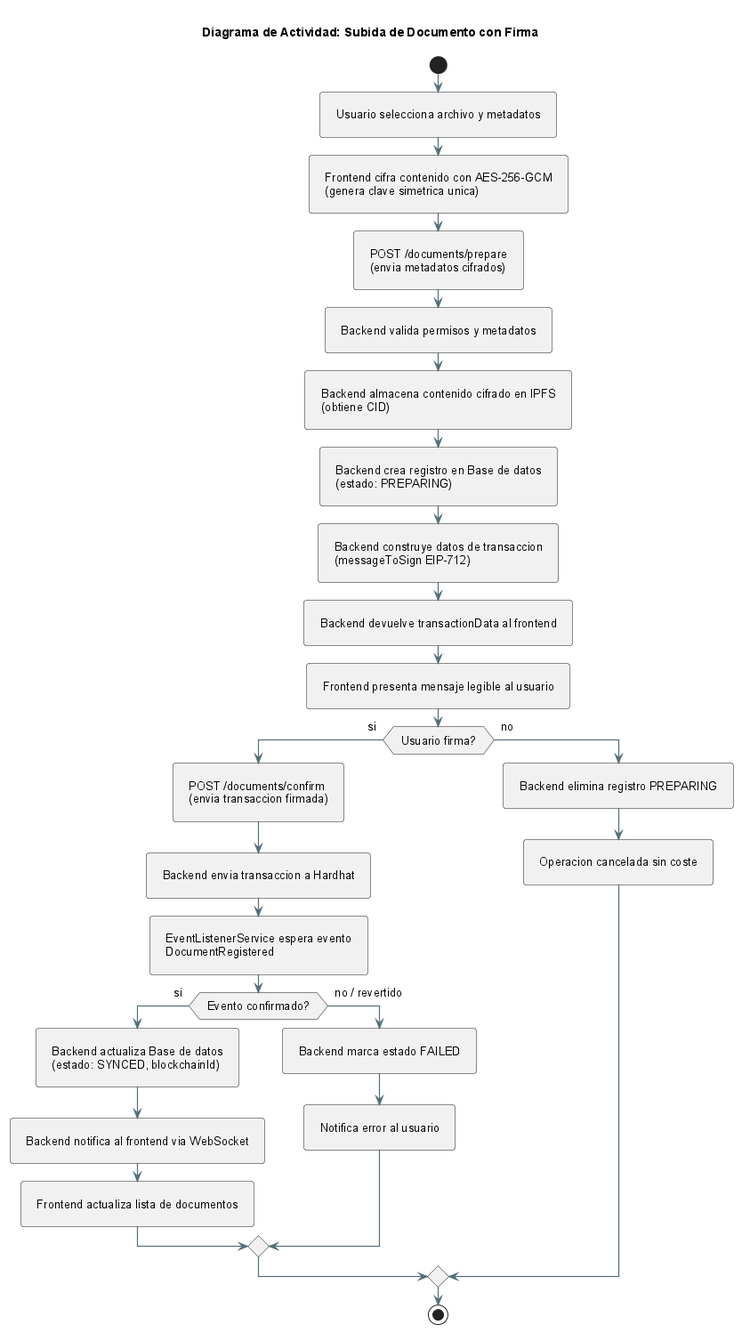
This is anexos/diagramas/activity-upload.png from ErDeivih/DocumentChain, a PlantUML export, as it was before one commit. The source it was exported from:
```plantuml
@startuml
!include _structure-style.puml

title Diagrama de Actividad: Subida de Documento con Firma

start

:Usuario selecciona archivo y metadatos;

:Frontend cifra contenido con AES-256-GCM\n(genera clave simetrica unica);

:POST /documents/prepare\n(envia metadatos cifrados);

:Backend valida permisos y metadatos;

:Backend almacena contenido cifrado en IPFS\n(obtiene CID);

:Backend crea registro en Base de datos\n(estado: PREPARING);

:Backend construye datos de transaccion\n(messageToSign EIP-712);

:Backend devuelve transactionData al frontend;

:Frontend presenta mensaje legible al usuario;

if (Usuario firma?) then (si)
  :POST /documents/confirm\n(envia transaccion firmada);

  :Backend envia transaccion a Hardhat;

  :EventListenerService espera evento\nDocumentRegistered;

  if (Evento confirmado?) then (si)
    :Backend actualiza Base de datos\n(estado: SYNCED, blockchainId);
    :Backend notifica al frontend via WebSocket;
    :Frontend actualiza lista de documentos;
  else (no / revertido)
    :Backend marca estado FAILED;
    :Notifica error al usuario;
  endif

else (no)
  :Backend elimina registro PREPARING;
  :Operacion cancelada sin coste;
endif

stop

@enduml
```
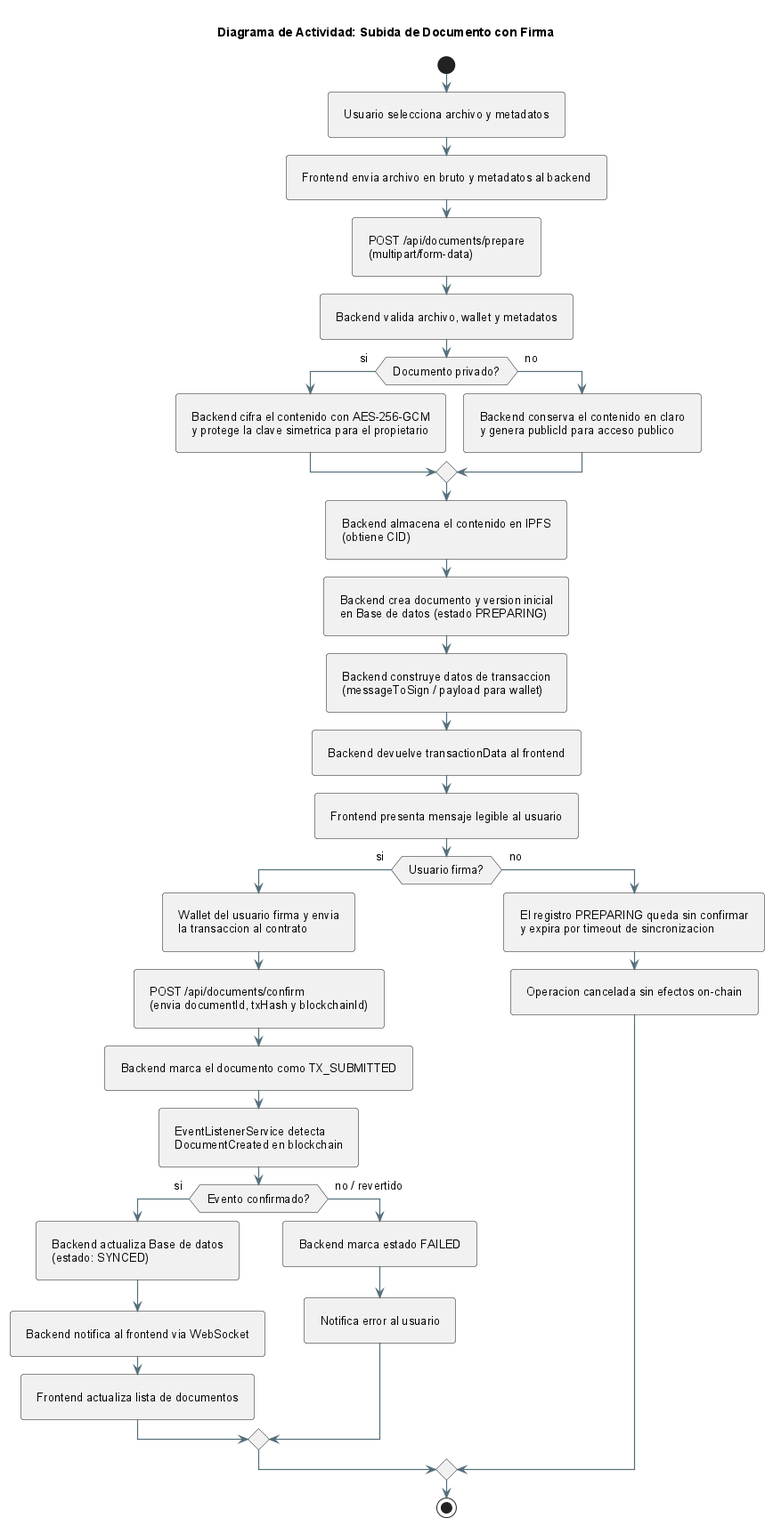
After the commit.

The edit, as a diff of the source:
```diff
@@ -7,31 +7,39 @@
 
 :Usuario selecciona archivo y metadatos;
 
-:Frontend cifra contenido con AES-256-GCM\n(genera clave simetrica unica);
+:Frontend envia archivo en bruto y metadatos al backend;
 
-:POST /documents/prepare\n(envia metadatos cifrados);
+:POST /api/documents/prepare\n(multipart/form-data);
 
-:Backend valida permisos y metadatos;
+:Backend valida archivo, wallet y metadatos;
 
-:Backend almacena contenido cifrado en IPFS\n(obtiene CID);
+if (Documento privado?) then (si)
+  :Backend cifra el contenido con AES-256-GCM\ny protege la clave simetrica para el propietario;
+else (no)
+  :Backend conserva el contenido en claro\ny genera publicId para acceso publico;
+endif
 
-:Backend crea registro en Base de datos\n(estado: PREPARING);
+:Backend almacena el contenido en IPFS\n(obtiene CID);
 
-:Backend construye datos de transaccion\n(messageToSign EIP-712);
+:Backend crea documento y version inicial\nen Base de datos (estado PREPARING);
+
+:Backend construye datos de transaccion\n(messageToSign / payload para wallet);
 
 :Backend devuelve transactionData al frontend;
 
 :Frontend presenta mensaje legible al usuario;
 
 if (Usuario firma?) then (si)
-  :POST /documents/confirm\n(envia transaccion firmada);
+  :Wallet del usuario firma y envia\nla transaccion al contrato;
 
-  :Backend envia transaccion a Hardhat;
+  :POST /api/documents/confirm\n(envia documentId, txHash y blockchainId);
 
-  :EventListenerService espera evento\nDocumentRegistered;
+  :Backend marca el documento como TX_SUBMITTED;
+
+  :EventListenerService detecta\nDocumentCreated en blockchain;
 
   if (Evento confirmado?) then (si)
-    :Backend actualiza Base de datos\n(estado: SYNCED, blockchainId);
+    :Backend actualiza Base de datos\n(estado: SYNCED);
     :Backend notifica al frontend via WebSocket;
     :Frontend actualiza lista de documentos;
   else (no / revertido)
@@ -40,8 +48,8 @@
   endif
 
 else (no)
-  :Backend elimina registro PREPARING;
-  :Operacion cancelada sin coste;
+  :El registro PREPARING queda sin confirmar\ny expira por timeout de sincronizacion;
+  :Operacion cancelada sin efectos on-chain;
 endif
 
 stop
```
